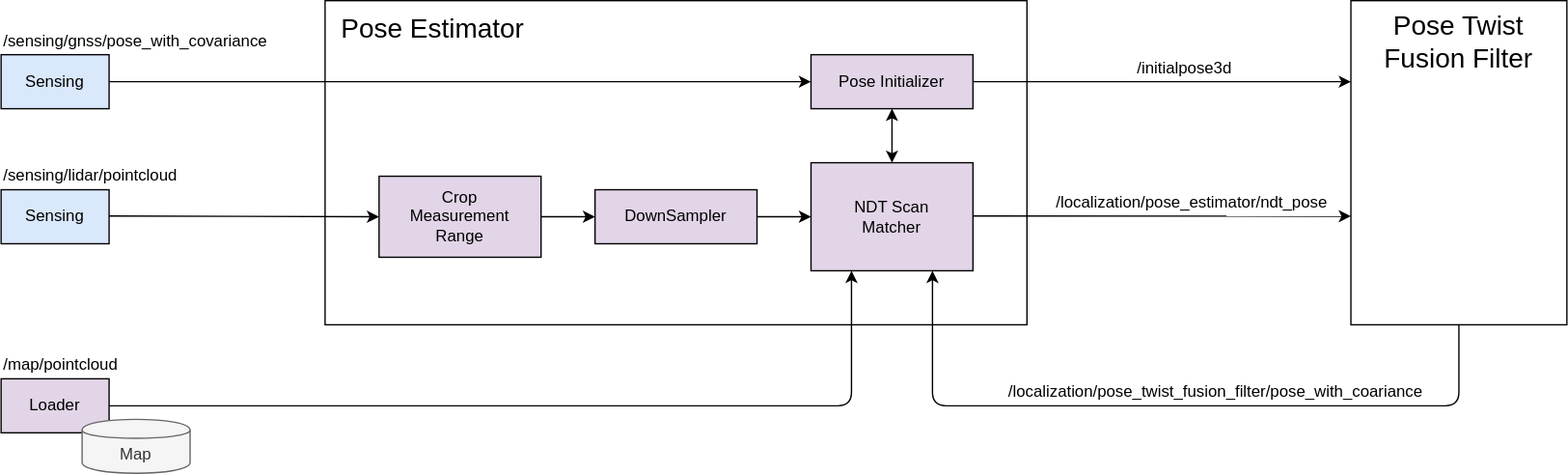
The draw.io diagram img/Pose_Estimator.svg in tier4/AutowareArchitectureProposal.proj, before a commit. Source tidied: cells renumbered, new cells last; positions are measured from the earlier drawing's top-left corner, leaving out a move shared by most shapes. The source it was exported from:
```xml
<mxGraphModel>
  <root>
    <mxCell id="0" />
    <mxCell id="1" parent="0" />
    <mxCell id="2" style="rounded=0;whiteSpace=wrap;html=1;" parent="1" vertex="1">
      <mxGeometry x="240" width="520" height="240" as="geometry" />
    </mxCell>
    <mxCell id="3" value="NDT Scan&lt;br&gt;Matcher" style="text;html=1;strokeColor=#000000;fillColor=#e1d5e7;align=center;verticalAlign=middle;whiteSpace=wrap;rounded=0;" parent="1" vertex="1">
      <mxGeometry x="600" y="120" width="120" height="80" as="geometry" />
    </mxCell>
    <mxCell id="4" value="Pose Initializer" style="text;html=1;strokeColor=#000000;fillColor=#e1d5e7;align=center;verticalAlign=middle;whiteSpace=wrap;rounded=0;" parent="1" vertex="1">
      <mxGeometry x="600" y="40" width="120" height="40" as="geometry" />
    </mxCell>
    <mxCell id="5" value="DownSampler" style="text;html=1;strokeColor=#000000;fillColor=#e1d5e7;align=center;verticalAlign=middle;whiteSpace=wrap;rounded=0;" parent="1" vertex="1">
      <mxGeometry x="440" y="140" width="120" height="40" as="geometry" />
    </mxCell>
    <mxCell id="6" style="edgeStyle=orthogonalEdgeStyle;rounded=0;jettySize=auto;html=1;" parent="1" edge="1" source="7" target="5">
      <mxGeometry relative="1" as="geometry" />
    </mxCell>
    <mxCell id="7" value="Crop&lt;br&gt;Measurement&lt;br&gt;Range" style="text;html=1;strokeColor=#000000;fillColor=#e1d5e7;align=center;verticalAlign=middle;whiteSpace=wrap;rounded=0;" parent="1" vertex="1">
      <mxGeometry x="280" y="130" width="120" height="60" as="geometry" />
    </mxCell>
    <mxCell id="8" style="endArrow=classic;html=1;entryX=0;entryY=0.5;entryDx=0;entryDy=0;" parent="1" edge="1" target="4">
      <mxGeometry relative="1" as="geometry">
        <mxPoint x="80" y="60" as="sourcePoint" />
      </mxGeometry>
    </mxCell>
    <mxCell id="9" style="endArrow=classic;html=1;entryX=0;entryY=0.5;entryDx=0;entryDy=0;" parent="1" edge="1" target="7">
      <mxGeometry relative="1" as="geometry">
        <mxPoint x="80" y="159.5" as="sourcePoint" />
      </mxGeometry>
    </mxCell>
    <mxCell id="10" value="Sensing" style="text;html=1;strokeColor=#000000;fillColor=#dae8fc;align=center;verticalAlign=middle;whiteSpace=wrap;rounded=0;" parent="1" vertex="1">
      <mxGeometry y="40" width="80" height="40" as="geometry" />
    </mxCell>
    <mxCell id="11" value="Sensing" style="text;html=1;strokeColor=#000000;fillColor=#dae8fc;align=center;verticalAlign=middle;whiteSpace=wrap;rounded=0;" parent="1" vertex="1">
      <mxGeometry y="140" width="80" height="40" as="geometry" />
    </mxCell>
    <mxCell id="12" value="Loader" style="text;html=1;strokeColor=#000000;fillColor=#e1d5e7;align=center;verticalAlign=middle;whiteSpace=wrap;rounded=0;" parent="1" vertex="1">
      <mxGeometry y="280" width="80" height="40" as="geometry" />
    </mxCell>
    <mxCell id="13" value="Map" style="shape=cylinder;whiteSpace=wrap;html=1;boundedLbl=1;backgroundOutline=1;strokeColor=#666666;fillColor=#f5f5f5;fontColor=#333333;" parent="1" vertex="1">
      <mxGeometry x="60" y="310" width="80" height="40" as="geometry" />
    </mxCell>
    <mxCell id="14" value="&lt;span id=&quot;docs-internal-guid-f2caa9bb-7fff-5ed4-7183-f4ef85913ebe&quot;&gt;&lt;span style=&quot;font-family: &amp;#34;arial&amp;#34; ; vertical-align: baseline&quot;&gt;&lt;font style=&quot;font-size: 12px&quot;&gt;/sensing/gnss/pose_with_covariance&lt;/font&gt;&lt;/span&gt;&lt;/span&gt;" style="text;html=1;strokeColor=none;fillColor=none;align=left;verticalAlign=middle;whiteSpace=wrap;rounded=0;" parent="1" vertex="1">
      <mxGeometry y="20" width="140" height="20" as="geometry" />
    </mxCell>
    <mxCell id="15" value="/sensing/lidar/pointcloud" style="text;html=1;strokeColor=none;fillColor=none;align=left;verticalAlign=middle;whiteSpace=wrap;rounded=0;" parent="1" vertex="1">
      <mxGeometry y="120" width="120" height="20" as="geometry" />
    </mxCell>
    <mxCell id="16" value="/map/pointcloud" style="text;html=1;strokeColor=none;fillColor=none;align=left;verticalAlign=middle;whiteSpace=wrap;rounded=0;" parent="1" vertex="1">
      <mxGeometry y="260" width="120" height="20" as="geometry" />
    </mxCell>
    <mxCell id="17" style="endArrow=classic;html=1;exitX=1;exitY=0.5;exitDx=0;exitDy=0;entryX=0.25;entryY=1;entryDx=0;entryDy=0;" parent="1" edge="1" source="12" target="3">
      <mxGeometry relative="1" as="geometry">
        <Array as="points">
          <mxPoint x="630" y="300" />
        </Array>
      </mxGeometry>
    </mxCell>
    <mxCell id="18" style="endArrow=classic;html=1;entryX=0;entryY=0.5;entryDx=0;entryDy=0;" parent="1" edge="1" target="3">
      <mxGeometry relative="1" as="geometry">
        <mxPoint x="560" y="160" as="sourcePoint" />
      </mxGeometry>
    </mxCell>
    <mxCell id="19" style="endArrow=classic;startArrow=classic;html=1;entryX=0.5;entryY=1;entryDx=0;entryDy=0;exitX=0.5;exitY=0;exitDx=0;exitDy=0;" parent="1" edge="1" source="3" target="4">
      <mxGeometry relative="1" as="geometry" />
    </mxCell>
    <mxCell id="20" style="rounded=0;whiteSpace=wrap;html=1;strokeColor=#000000;" parent="1" vertex="1">
      <mxGeometry x="1000" width="160" height="240" as="geometry" />
    </mxCell>
    <mxCell id="21" value="&lt;font style=&quot;font-size: 20px&quot;&gt;Pose Estimator&lt;/font&gt;" style="text;html=1;strokeColor=none;fillColor=none;align=center;verticalAlign=middle;whiteSpace=wrap;rounded=0;" parent="1" vertex="1">
      <mxGeometry x="240" width="160" height="40" as="geometry" />
    </mxCell>
    <mxCell id="22" value="&lt;font style=&quot;font-size: 20px&quot;&gt;Pose Twist&lt;br&gt;Fusion Filter&lt;br&gt;&lt;/font&gt;" style="text;html=1;strokeColor=none;fillColor=none;align=center;verticalAlign=middle;whiteSpace=wrap;rounded=0;" parent="1" vertex="1">
      <mxGeometry x="1000" y="10" width="160" height="40" as="geometry" />
    </mxCell>
    <mxCell id="23" style="endArrow=classic;html=1;entryX=0;entryY=0.25;entryDx=0;entryDy=0;exitX=1;exitY=0.5;exitDx=0;exitDy=0;" parent="1" edge="1" source="4" target="20">
      <mxGeometry relative="1" as="geometry" />
    </mxCell>
    <mxCell id="24" style="endArrow=classic;html=1;entryX=0;entryY=0.665;entryDx=0;entryDy=0;exitX=1;exitY=0.5;exitDx=0;exitDy=0;entryPerimeter=0;" parent="1" edge="1" target="20">
      <mxGeometry relative="1" as="geometry">
        <mxPoint x="720" y="159.5" as="sourcePoint" />
      </mxGeometry>
    </mxCell>
    <mxCell id="25" style="endArrow=classic;html=1;entryX=0.75;entryY=1;entryDx=0;entryDy=0;exitX=0.5;exitY=1;exitDx=0;exitDy=0;" parent="1" edge="1" source="20" target="3">
      <mxGeometry relative="1" as="geometry">
        <Array as="points">
          <mxPoint x="1080" y="300" />
          <mxPoint x="690" y="300" />
        </Array>
      </mxGeometry>
    </mxCell>
    <mxCell id="26" value="/initialpose3d" style="text;html=1;strokeColor=none;fillColor=none;align=left;verticalAlign=middle;whiteSpace=wrap;rounded=0;" parent="1" vertex="1">
      <mxGeometry x="840" y="40" width="80" height="20" as="geometry" />
    </mxCell>
    <mxCell id="27" value="/localization/pose_estimator/ndt_pose" style="text;html=1;strokeColor=none;fillColor=none;align=left;verticalAlign=middle;whiteSpace=wrap;rounded=0;" parent="1" vertex="1">
      <mxGeometry x="780" y="140" width="80" height="20" as="geometry" />
    </mxCell>
    <mxCell id="28" value="/localization/pose_twist_fusion_filter/pose_with_coariance" style="text;html=1;strokeColor=none;fillColor=none;align=center;verticalAlign=middle;whiteSpace=wrap;rounded=0;" parent="1" vertex="1">
      <mxGeometry x="810" y="280" width="180" height="20" as="geometry" />
    </mxCell>
  </root>
</mxGraphModel>
```
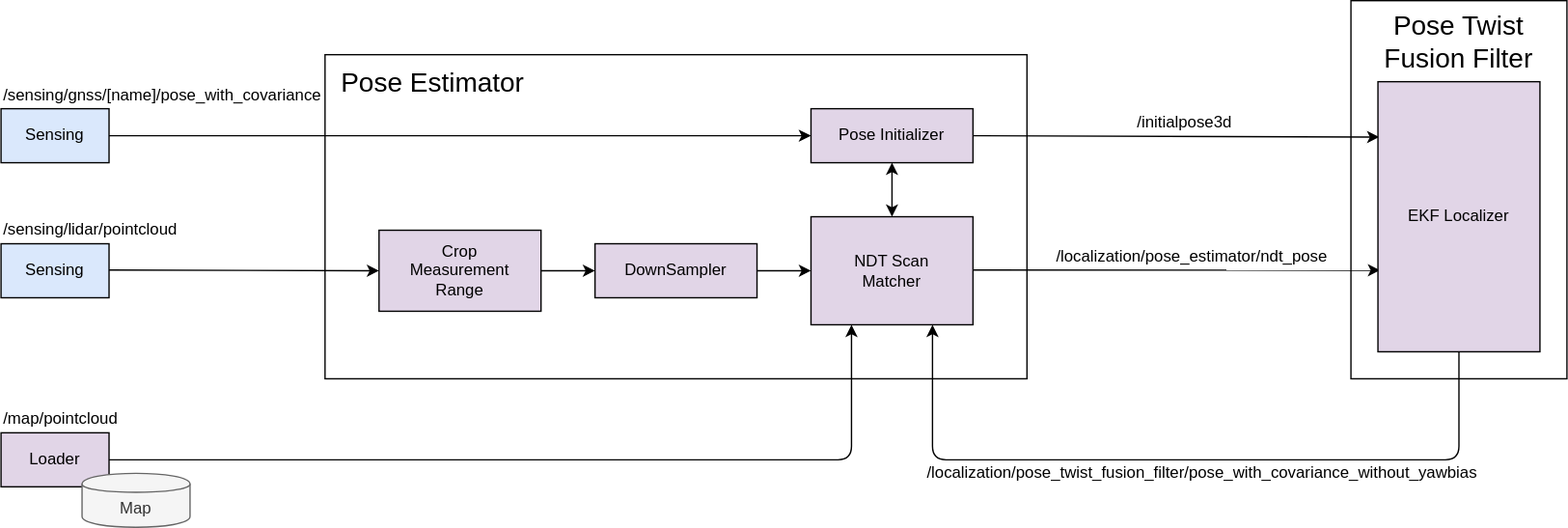
Above is the later version.

Diff of the diagram source:
```diff
@@ -42,7 +42,7 @@
     <mxCell id="13" value="Map" style="shape=cylinder;whiteSpace=wrap;html=1;boundedLbl=1;backgroundOutline=1;strokeColor=#666666;fillColor=#f5f5f5;fontColor=#333333;" parent="1" vertex="1">
       <mxGeometry x="60" y="310" width="80" height="40" as="geometry" />
     </mxCell>
-    <mxCell id="14" value="&lt;span id=&quot;docs-internal-guid-f2caa9bb-7fff-5ed4-7183-f4ef85913ebe&quot;&gt;&lt;span style=&quot;font-family: &amp;#34;arial&amp;#34; ; vertical-align: baseline&quot;&gt;&lt;font style=&quot;font-size: 12px&quot;&gt;/sensing/gnss/pose_with_covariance&lt;/font&gt;&lt;/span&gt;&lt;/span&gt;" style="text;html=1;strokeColor=none;fillColor=none;align=left;verticalAlign=middle;whiteSpace=wrap;rounded=0;" parent="1" vertex="1">
+    <mxCell id="14" value="&lt;span id=&quot;docs-internal-guid-f2caa9bb-7fff-5ed4-7183-f4ef85913ebe&quot;&gt;&lt;span style=&quot;font-family: &amp;#34;arial&amp;#34; ; vertical-align: baseline&quot;&gt;&lt;font style=&quot;font-size: 12px&quot;&gt;/sensing/gnss/[name]/pose_with_covariance&lt;/font&gt;&lt;/span&gt;&lt;/span&gt;" style="text;html=1;strokeColor=none;fillColor=none;align=left;verticalAlign=middle;whiteSpace=wrap;rounded=0;" parent="1" vertex="1">
       <mxGeometry y="20" width="140" height="20" as="geometry" />
     </mxCell>
     <mxCell id="15" value="/sensing/lidar/pointcloud" style="text;html=1;strokeColor=none;fillColor=none;align=left;verticalAlign=middle;whiteSpace=wrap;rounded=0;" parent="1" vertex="1">
@@ -67,23 +67,23 @@
       <mxGeometry relative="1" as="geometry" />
     </mxCell>
     <mxCell id="20" style="rounded=0;whiteSpace=wrap;html=1;strokeColor=#000000;" parent="1" vertex="1">
-      <mxGeometry x="1000" width="160" height="240" as="geometry" />
+      <mxGeometry x="1000" y="-40" width="160" height="280" as="geometry" />
     </mxCell>
     <mxCell id="21" value="&lt;font style=&quot;font-size: 20px&quot;&gt;Pose Estimator&lt;/font&gt;" style="text;html=1;strokeColor=none;fillColor=none;align=center;verticalAlign=middle;whiteSpace=wrap;rounded=0;" parent="1" vertex="1">
       <mxGeometry x="240" width="160" height="40" as="geometry" />
     </mxCell>
     <mxCell id="22" value="&lt;font style=&quot;font-size: 20px&quot;&gt;Pose Twist&lt;br&gt;Fusion Filter&lt;br&gt;&lt;/font&gt;" style="text;html=1;strokeColor=none;fillColor=none;align=center;verticalAlign=middle;whiteSpace=wrap;rounded=0;" parent="1" vertex="1">
-      <mxGeometry x="1000" y="10" width="160" height="40" as="geometry" />
+      <mxGeometry x="1000" y="-30" width="160" height="40" as="geometry" />
     </mxCell>
-    <mxCell id="23" style="endArrow=classic;html=1;entryX=0;entryY=0.25;entryDx=0;entryDy=0;exitX=1;exitY=0.5;exitDx=0;exitDy=0;" parent="1" edge="1" source="4" target="20">
+    <mxCell id="23" style="endArrow=classic;html=1;entryX=0.008;entryY=0.205;entryDx=0;entryDy=0;exitX=1;exitY=0.5;exitDx=0;exitDy=0;entryPerimeter=0;" parent="1" edge="1" source="4" target="29">
       <mxGeometry relative="1" as="geometry" />
     </mxCell>
-    <mxCell id="24" style="endArrow=classic;html=1;entryX=0;entryY=0.665;entryDx=0;entryDy=0;exitX=1;exitY=0.5;exitDx=0;exitDy=0;entryPerimeter=0;" parent="1" edge="1" target="20">
+    <mxCell id="24" style="endArrow=classic;html=1;entryX=0.013;entryY=0.698;entryDx=0;entryDy=0;exitX=1;exitY=0.5;exitDx=0;exitDy=0;entryPerimeter=0;" parent="1" edge="1" target="29">
       <mxGeometry relative="1" as="geometry">
         <mxPoint x="720" y="159.5" as="sourcePoint" />
       </mxGeometry>
     </mxCell>
-    <mxCell id="25" style="endArrow=classic;html=1;entryX=0.75;entryY=1;entryDx=0;entryDy=0;exitX=0.5;exitY=1;exitDx=0;exitDy=0;" parent="1" edge="1" source="20" target="3">
+    <mxCell id="25" style="endArrow=classic;html=1;entryX=0.75;entryY=1;entryDx=0;entryDy=0;exitX=0.5;exitY=1;exitDx=0;exitDy=0;" parent="1" edge="1" source="29" target="3">
       <mxGeometry relative="1" as="geometry">
         <Array as="points">
           <mxPoint x="1080" y="300" />
@@ -97,8 +97,11 @@
     <mxCell id="27" value="/localization/pose_estimator/ndt_pose" style="text;html=1;strokeColor=none;fillColor=none;align=left;verticalAlign=middle;whiteSpace=wrap;rounded=0;" parent="1" vertex="1">
       <mxGeometry x="780" y="140" width="80" height="20" as="geometry" />
     </mxCell>
-    <mxCell id="28" value="/localization/pose_twist_fusion_filter/pose_with_coariance" style="text;html=1;strokeColor=none;fillColor=none;align=center;verticalAlign=middle;whiteSpace=wrap;rounded=0;" parent="1" vertex="1">
-      <mxGeometry x="810" y="280" width="180" height="20" as="geometry" />
+    <mxCell id="28" value="/localization/pose_twist_fusion_filter/pose_with_covariance_without_yawbias" style="text;html=1;strokeColor=none;fillColor=none;align=center;verticalAlign=middle;whiteSpace=wrap;rounded=0;" parent="1" vertex="1">
+      <mxGeometry x="850" y="300" width="80" height="20" as="geometry" />
     </mxCell>
+    <mxCell id="29" value="EKF Localizer" style="text;html=1;strokeColor=#000000;fillColor=#e1d5e7;align=center;verticalAlign=middle;whiteSpace=wrap;rounded=0;" parent="1" vertex="1">
+      <mxGeometry x="1020" y="20" width="120" height="200" as="geometry" />
+    </mxCell>
   </root>
 </mxGraphModel>
```
